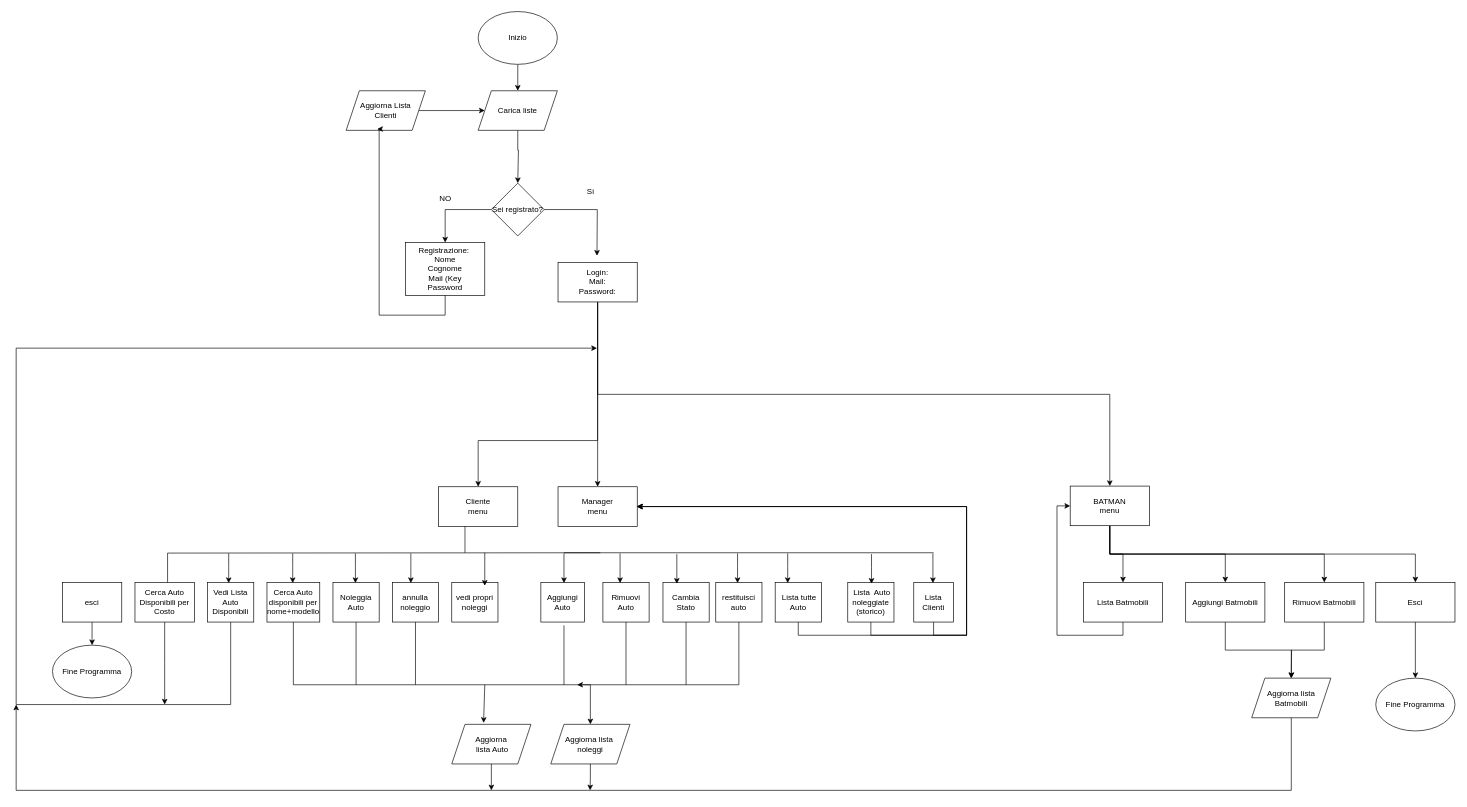
Earlier version of the draw.io diagram Diagramma senza titolo.drawio (Giulio-1983/Autonoleggio). Source tidied: cells renumbered, new cells numbered last; positions are measured from the earlier drawing's top-left corner, leaving out a move shared by most shapes. Both pictures are drawn from the tidied source at 66%, with x=0, y=0 at pixel (16, 11).
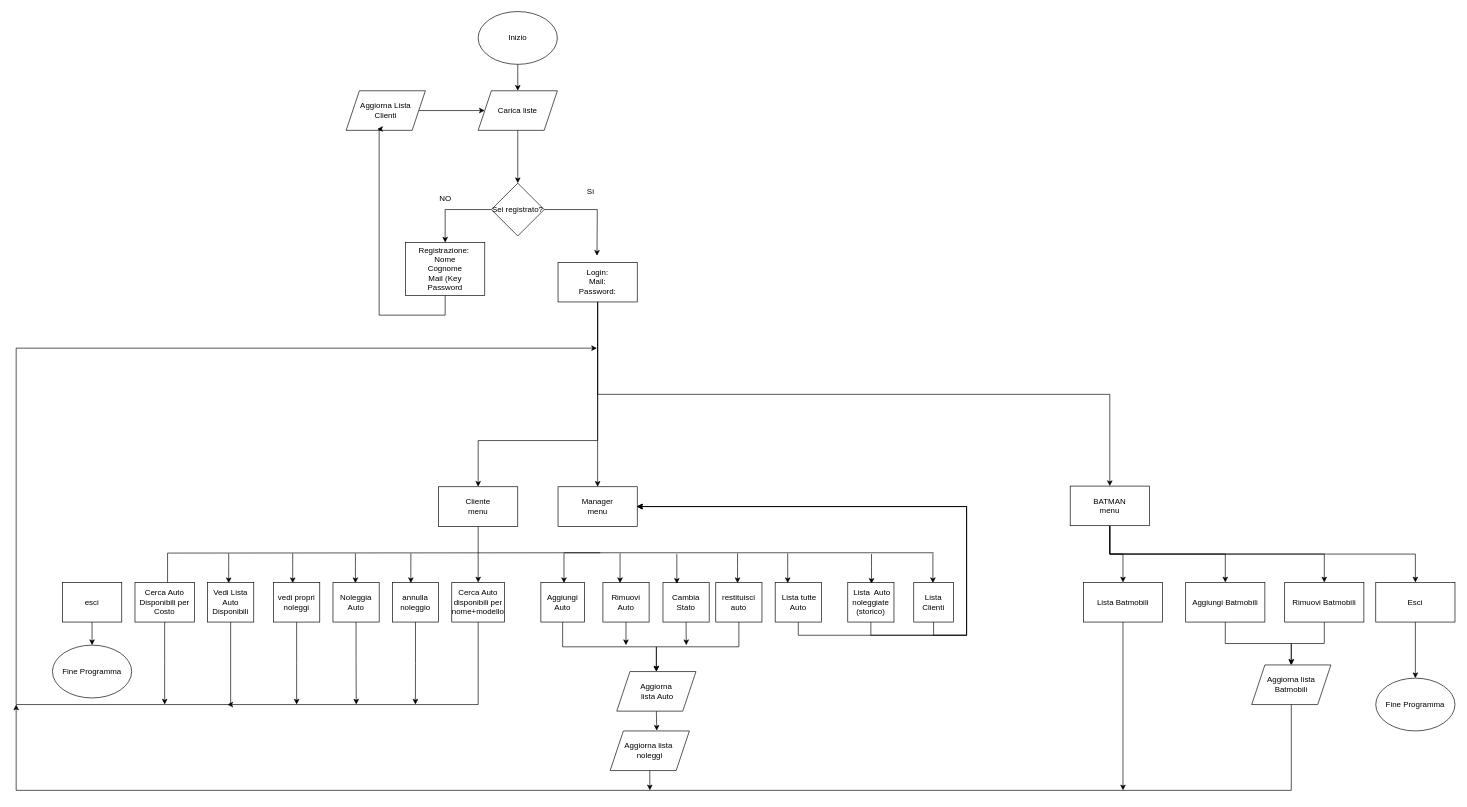
The same diagram, later.

The change refers to these unchanged cells:
```xml
<mxCell id="6" value="Sei registrato?" style="rhombus;whiteSpace=wrap;html=1;" parent="1" vertex="1">
  <mxGeometry x="720" y="260" width="80" height="80" as="geometry" />
</mxCell>
<mxCell id="14" value="Cliente&lt;div&gt;menu&lt;/div&gt;" style="rounded=0;whiteSpace=wrap;html=1;" parent="1" vertex="1">
  <mxGeometry x="640" y="720" width="120" height="60" as="geometry" />
</mxCell>
<mxCell id="21" value="BATMAN&lt;div&gt;menu&lt;/div&gt;" style="rounded=0;whiteSpace=wrap;html=1;" parent="1" vertex="1">
  <mxGeometry x="1597" y="719" width="120" height="60" as="geometry" />
</mxCell>
<mxCell id="28" value="Noleggia Auto" style="rounded=0;whiteSpace=wrap;html=1;" parent="1" vertex="1">
  <mxGeometry x="480" y="865" width="70" height="60" as="geometry" />
</mxCell>
<mxCell id="29" value="Aggiungi Auto" style="rounded=0;whiteSpace=wrap;html=1;" parent="1" vertex="1">
  <mxGeometry x="795" y="865" width="66" height="60" as="geometry" />
</mxCell>
<mxCell id="30" value="Rimuovi Auto" style="rounded=0;whiteSpace=wrap;html=1;" parent="1" vertex="1">
  <mxGeometry x="889" y="865" width="70" height="60" as="geometry" />
</mxCell>
<mxCell id="31" value="Cambia Stato" style="rounded=0;whiteSpace=wrap;html=1;" parent="1" vertex="1">
  <mxGeometry x="980" y="865" width="70" height="60" as="geometry" />
</mxCell>
<mxCell id="37" value="Lista Batmobili" style="rounded=0;whiteSpace=wrap;html=1;" parent="1" vertex="1">
  <mxGeometry x="1617" y="865" width="120" height="60" as="geometry" />
</mxCell>
<mxCell id="39" value="Aggiungi Batmobili" style="rounded=0;whiteSpace=wrap;html=1;" parent="1" vertex="1">
  <mxGeometry x="1772" y="865" width="120" height="60" as="geometry" />
</mxCell>
<mxCell id="41" value="Rimuovi Batmobili" style="rounded=0;whiteSpace=wrap;html=1;" parent="1" vertex="1">
  <mxGeometry x="1922" y="865" width="120" height="60" as="geometry" />
</mxCell>
<mxCell id="43" value="Carica liste" style="shape=parallelogram;perimeter=parallelogramPerimeter;whiteSpace=wrap;html=1;fixedSize=1;" parent="1" vertex="1">
  <mxGeometry x="700" y="120" width="120" height="60" as="geometry" />
</mxCell>
<mxCell id="55" value="restituisci auto" style="rounded=0;whiteSpace=wrap;html=1;" parent="1" vertex="1">
  <mxGeometry x="1060" y="865" width="70" height="60" as="geometry" />
</mxCell>
<mxCell id="56" value="annulla noleggio" style="rounded=0;whiteSpace=wrap;html=1;" parent="1" vertex="1">
  <mxGeometry x="570" y="865" width="70" height="60" as="geometry" />
</mxCell>
```

Diff of the diagram source:
```diff
@@
+    <mxCell id="85" style="edgeStyle=orthogonalEdgeStyle;rounded=0;jettySize=auto;html=1;entryX=0.5;entryY=0;entryDx=0;entryDy=0;" parent="1" edge="1" source="14" target="27">
+      <mxGeometry relative="1" as="geometry" />
+    </mxCell>
@@
-    <mxCell id="26" style="edgeStyle=orthogonalEdgeStyle;rounded=0;jettySize=auto;html=1;exitX=0.5;exitY=1;exitDx=0;exitDy=0;entryX=0.5;entryY=0;entryDx=0;entryDy=0;" parent="1" edge="1" source="27" target="59">
-      <mxGeometry relative="1" as="geometry">
-        <Array as="points">
-          <mxPoint x="420" y="1020" />
-          <mxPoint x="870" y="1020" />
-        </Array>
-      </mxGeometry>
-    </mxCell>
+    <mxCell id="86" style="edgeStyle=orthogonalEdgeStyle;rounded=0;jettySize=auto;html=1;exitX=0.5;exitY=1;exitDx=0;exitDy=0;" parent="1" edge="1" source="27">
+      <mxGeometry relative="1" as="geometry">
+        <mxPoint x="320" y="1050" as="targetPoint" />
+        <Array as="points">
+          <mxPoint x="700" y="1050" />
+        </Array>
+      </mxGeometry>
+    </mxCell>
     <mxCell id="27" value="Cerca Auto disponibili per nome+modello" style="rounded=0;whiteSpace=wrap;html=1;" parent="1" vertex="1">
-      <mxGeometry x="380" y="865" width="80" height="60" as="geometry" />
+      <mxGeometry x="660" y="865" width="80" height="60" as="geometry" />
     </mxCell>
+    <mxCell id="87" style="edgeStyle=orthogonalEdgeStyle;rounded=0;jettySize=auto;html=1;exitX=0.5;exitY=1;exitDx=0;exitDy=0;" parent="1" edge="1" source="28">
+      <mxGeometry relative="1" as="geometry">
+        <mxPoint x="515.3" y="1050" as="targetPoint" />
+      </mxGeometry>
+    </mxCell>
@@
+    <mxCell id="88" style="edgeStyle=orthogonalEdgeStyle;rounded=0;jettySize=auto;html=1;exitX=0.5;exitY=1;exitDx=0;exitDy=0;" parent="1" edge="1" source="29" target="50">
+      <mxGeometry relative="1" as="geometry" />
+    </mxCell>
@@
+    <mxCell id="89" style="edgeStyle=orthogonalEdgeStyle;rounded=0;jettySize=auto;html=1;exitX=0.5;exitY=1;exitDx=0;exitDy=0;" parent="1" edge="1" source="30">
+      <mxGeometry relative="1" as="geometry">
+        <mxPoint x="923.9" y="960" as="targetPoint" />
+      </mxGeometry>
+    </mxCell>
@@
+    <mxCell id="90" style="edgeStyle=orthogonalEdgeStyle;rounded=0;jettySize=auto;html=1;exitX=0.5;exitY=1;exitDx=0;exitDy=0;" parent="1" edge="1" source="31">
+      <mxGeometry relative="1" as="geometry">
+        <mxPoint x="1015.3" y="960" as="targetPoint" />
+      </mxGeometry>
+    </mxCell>
@@
-    <mxCell id="36" style="edgeStyle=orthogonalEdgeStyle;rounded=0;jettySize=auto;html=1;exitX=0.5;exitY=1;exitDx=0;exitDy=0;entryX=0;entryY=0.5;entryDx=0;entryDy=0;" parent="1" edge="1" source="37" target="21">
-      <mxGeometry relative="1" as="geometry" />
-    </mxCell>
+    <mxCell id="91" style="edgeStyle=orthogonalEdgeStyle;rounded=0;jettySize=auto;html=1;" parent="1" edge="1" source="37">
+      <mxGeometry relative="1" as="geometry">
+        <mxPoint x="1677" y="1180" as="targetPoint" />
+      </mxGeometry>
+    </mxCell>
@@
-    <mxCell id="38" style="edgeStyle=orthogonalEdgeStyle;rounded=0;jettySize=auto;html=1;exitX=0.5;exitY=1;exitDx=0;exitDy=0;" parent="1" edge="1" source="39">
-      <mxGeometry relative="1" as="geometry">
-        <mxPoint x="1932" y="1010" as="targetPoint" />
-      </mxGeometry>
-    </mxCell>
+    <mxCell id="92" style="edgeStyle=orthogonalEdgeStyle;rounded=0;jettySize=auto;html=1;exitX=0.5;exitY=1;exitDx=0;exitDy=0;entryX=0.5;entryY=0;entryDx=0;entryDy=0;" parent="1" edge="1" source="39" target="48">
+      <mxGeometry relative="1" as="geometry" />
+    </mxCell>
@@
-    <mxCell id="40" style="edgeStyle=orthogonalEdgeStyle;rounded=0;jettySize=auto;html=1;exitX=0.5;exitY=1;exitDx=0;exitDy=0;" parent="1" edge="1" source="41" target="48">
+    <mxCell id="40" style="edgeStyle=orthogonalEdgeStyle;rounded=0;jettySize=auto;html=1;exitX=0.5;exitY=1;exitDx=0;exitDy=0;entryX=0.5;entryY=0;entryDx=0;entryDy=0;" parent="1" edge="1" source="41" target="48">
       <mxGeometry relative="1" as="geometry" />
     </mxCell>
@@
-    <mxCell id="42" style="edgeStyle=orthogonalEdgeStyle;rounded=0;jettySize=auto;html=1;entryX=0.5;entryY=0;entryDx=0;entryDy=0;" parent="1" edge="1" source="43" target="6">
-      <mxGeometry relative="1" as="geometry">
-        <Array as="points">
-          <mxPoint x="760" y="210" />
-          <mxPoint x="761" y="210" />
-        </Array>
-      </mxGeometry>
+    <mxCell id="42" style="edgeStyle=orthogonalEdgeStyle;rounded=0;jettySize=auto;html=1;exitX=0.5;exitY=1;exitDx=0;exitDy=0;entryX=0.5;entryY=0;entryDx=0;entryDy=0;" parent="1" edge="1" source="43" target="6">
+      <mxGeometry relative="1" as="geometry" />
     </mxCell>
@@
     <mxCell id="48" value="Aggiorna lista&lt;div&gt;Batmobili&lt;/div&gt;" style="shape=parallelogram;perimeter=parallelogramPerimeter;whiteSpace=wrap;html=1;fixedSize=1;" parent="1" vertex="1">
-      <mxGeometry x="1872" y="1010" width="120" height="60" as="geometry" />
+      <mxGeometry x="1872" y="990" width="120" height="60" as="geometry" />
     </mxCell>
-    <mxCell id="49" style="edgeStyle=orthogonalEdgeStyle;rounded=0;jettySize=auto;html=1;" parent="1" edge="1" source="50">
-      <mxGeometry relative="1" as="geometry">
-        <mxPoint x="720" y="1180" as="targetPoint" />
-      </mxGeometry>
-    </mxCell>
     <mxCell id="50" value="Aggiorna&lt;div&gt;&amp;nbsp;lista Auto&lt;/div&gt;" style="shape=parallelogram;perimeter=parallelogramPerimeter;whiteSpace=wrap;html=1;fixedSize=1;" parent="1" vertex="1">
-      <mxGeometry x="660" y="1080" width="120" height="60" as="geometry" />
+      <mxGeometry x="910" y="1000" width="120" height="60" as="geometry" />
     </mxCell>
@@
-    <mxCell id="54" style="edgeStyle=orthogonalEdgeStyle;rounded=0;jettySize=auto;html=1;exitX=0.5;exitY=1;exitDx=0;exitDy=0;" parent="1" edge="1" source="55">
-      <mxGeometry relative="1" as="geometry">
-        <mxPoint x="850" y="1020" as="targetPoint" />
-        <Array as="points">
-          <mxPoint x="1095" y="1020" />
-        </Array>
-      </mxGeometry>
-    </mxCell>
+    <mxCell id="93" style="edgeStyle=orthogonalEdgeStyle;rounded=0;jettySize=auto;html=1;exitX=0.5;exitY=1;exitDx=0;exitDy=0;" parent="1" edge="1" source="55" target="50">
+      <mxGeometry relative="1" as="geometry" />
+    </mxCell>
@@
+    <mxCell id="94" style="edgeStyle=orthogonalEdgeStyle;rounded=0;jettySize=auto;html=1;exitX=0.5;exitY=1;exitDx=0;exitDy=0;" parent="1" edge="1" source="56">
+      <mxGeometry relative="1" as="geometry">
+        <mxPoint x="604.9" y="1050" as="targetPoint" />
+      </mxGeometry>
+    </mxCell>
@@
+    <mxCell id="95" style="edgeStyle=orthogonalEdgeStyle;rounded=0;jettySize=auto;html=1;" parent="1" edge="1" source="57">
+      <mxGeometry relative="1" as="geometry">
+        <mxPoint x="425" y="1050" as="targetPoint" />
+      </mxGeometry>
+    </mxCell>
     <mxCell id="57" value="vedi propri noleggi" style="rounded=0;whiteSpace=wrap;html=1;" parent="1" vertex="1">
-      <mxGeometry x="660" y="865" width="70" height="60" as="geometry" />
+      <mxGeometry x="390" y="865" width="70" height="60" as="geometry" />
     </mxCell>
-    <mxCell id="58" style="edgeStyle=orthogonalEdgeStyle;rounded=0;jettySize=auto;html=1;exitX=0.5;exitY=1;exitDx=0;exitDy=0;" parent="1" edge="1" source="59">
-      <mxGeometry relative="1" as="geometry">
-        <mxPoint x="869.6" y="1180" as="targetPoint" />
-      </mxGeometry>
-    </mxCell>
+    <mxCell id="96" style="edgeStyle=orthogonalEdgeStyle;rounded=0;jettySize=auto;html=1;exitX=0.5;exitY=1;exitDx=0;exitDy=0;" parent="1" edge="1" source="59">
+      <mxGeometry relative="1" as="geometry">
+        <mxPoint x="960.1" y="1180" as="targetPoint" />
+      </mxGeometry>
+    </mxCell>
     <mxCell id="59" value="Aggiorna lista&amp;nbsp;&lt;div&gt;noleggi&lt;/div&gt;" style="shape=parallelogram;perimeter=parallelogramPerimeter;whiteSpace=wrap;html=1;fixedSize=1;" parent="1" vertex="1">
-      <mxGeometry x="810" y="1080" width="120" height="60" as="geometry" />
+      <mxGeometry x="900" y="1090" width="120" height="60" as="geometry" />
     </mxCell>
@@
-    <mxCell id="62" style="endArrow=none;html=1;rounded=0;" parent="1" edge="1">
-      <mxGeometry relative="1" as="geometry">
-        <mxPoint x="680" y="820" as="sourcePoint" />
-        <mxPoint x="680" y="780" as="targetPoint" />
-      </mxGeometry>
-    </mxCell>
-    <mxCell id="63" style="endArrow=classic;html=1;rounded=0;entryX=0.714;entryY=0.083;entryDx=0;entryDy=0;entryPerimeter=0;" parent="1" edge="1" target="57">
-      <mxGeometry relative="1" as="geometry">
-        <mxPoint x="710" y="820" as="sourcePoint" />
-      </mxGeometry>
-    </mxCell>
@@
-    <mxCell id="76" style="endArrow=none;html=1;rounded=0;entryX=0.5;entryY=1;entryDx=0;entryDy=0;" parent="1" edge="1" target="28">
-      <mxGeometry relative="1" as="geometry">
-        <mxPoint x="515" y="1020" as="sourcePoint" />
-      </mxGeometry>
-    </mxCell>
-    <mxCell id="77" style="endArrow=none;html=1;rounded=0;entryX=0.5;entryY=1;entryDx=0;entryDy=0;" parent="1" edge="1" target="56">
-      <mxGeometry relative="1" as="geometry">
-        <mxPoint x="605" y="1020" as="sourcePoint" />
-      </mxGeometry>
-    </mxCell>
-    <mxCell id="78" style="endArrow=none;html=1;rounded=0;" parent="1" edge="1">
-      <mxGeometry relative="1" as="geometry">
-        <mxPoint x="830" y="1020" as="sourcePoint" />
-        <mxPoint x="830" y="930" as="targetPoint" />
-      </mxGeometry>
-    </mxCell>
-    <mxCell id="79" style="endArrow=none;html=1;rounded=0;exitX=0.5;exitY=1;exitDx=0;exitDy=0;" parent="1" edge="1" source="30">
-      <mxGeometry relative="1" as="geometry">
-        <mxPoint x="924" y="1020" as="targetPoint" />
-      </mxGeometry>
-    </mxCell>
-    <mxCell id="80" style="endArrow=classic;html=1;rounded=0;entryX=0.402;entryY=-0.037;entryDx=0;entryDy=0;entryPerimeter=0;" parent="1" edge="1" target="50">
-      <mxGeometry relative="1" as="geometry">
-        <mxPoint x="710" y="1020" as="sourcePoint" />
-      </mxGeometry>
-    </mxCell>
-    <mxCell id="81" style="endArrow=none;html=1;rounded=0;exitX=0.5;exitY=1;exitDx=0;exitDy=0;" parent="1" edge="1" source="31">
-      <mxGeometry relative="1" as="geometry">
-        <mxPoint x="1015" y="1020" as="targetPoint" />
-      </mxGeometry>
-    </mxCell>
@@
+    <mxCell id="97" style="edgeStyle=orthogonalEdgeStyle;rounded=0;jettySize=auto;html=1;exitX=0.5;exitY=1;exitDx=0;exitDy=0;entryX=0.588;entryY=-0.008;entryDx=0;entryDy=0;entryPerimeter=0;" parent="1" edge="1" source="50" target="59">
+      <mxGeometry relative="1" as="geometry" />
+    </mxCell>
```
